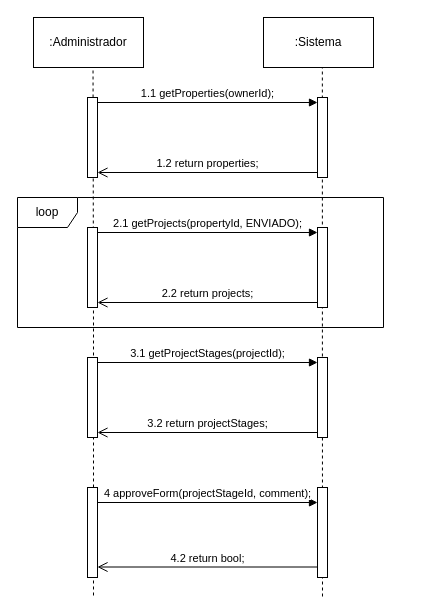
The draw.io diagram Trabalho final/5 - DSS/4 - Enviar feedback formulário.drawio in ViniciusKurek/CalculadoraAPS, before the edit. Source tidied: cells renumbered, new cells numbered last; positions are measured from the earlier drawing's top-left corner, leaving out a move shared by most shapes. Both pictures are drawn from the tidied source at 100%, with x=0, y=0 at pixel (17, 17).
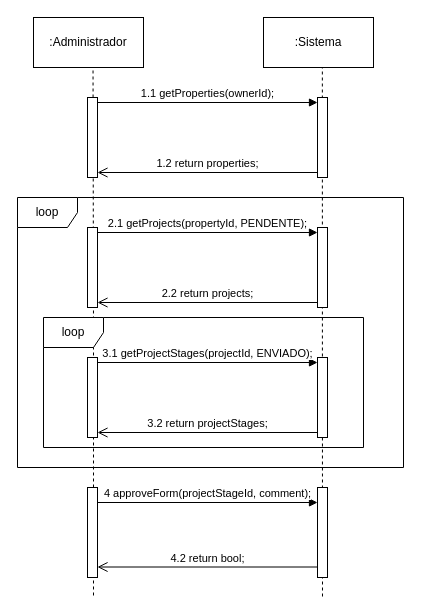
The same diagram, later.

The change refers to these unchanged cells:
```xml
<mxCell id="6" style="html=1;points=[[0,0,0,0,5],[0,1,0,0,-5],[1,0,0,0,5],[1,1,0,0,-5]];perimeter=orthogonalPerimeter;outlineConnect=0;targetShapes=umlLifeline;portConstraint=eastwest;newEdgeStyle={&quot;curved&quot;:0,&quot;rounded&quot;:0};" parent="1" vertex="1">
  <mxGeometry x="300" y="210" width="10" height="80" as="geometry" />
</mxCell>
<mxCell id="9" style="html=1;points=[[0,0,0,0,5],[0,1,0,0,-5],[1,0,0,0,5],[1,1,0,0,-5]];perimeter=orthogonalPerimeter;outlineConnect=0;targetShapes=umlLifeline;portConstraint=eastwest;newEdgeStyle={&quot;curved&quot;:0,&quot;rounded&quot;:0};" parent="1" vertex="1">
  <mxGeometry x="70" y="210" width="10" height="80" as="geometry" />
</mxCell>
<mxCell id="10" style="html=1;points=[[0,0,0,0,5],[0,1,0,0,-5],[1,0,0,0,5],[1,1,0,0,-5]];perimeter=orthogonalPerimeter;outlineConnect=0;targetShapes=umlLifeline;portConstraint=eastwest;newEdgeStyle={&quot;curved&quot;:0,&quot;rounded&quot;:0};" parent="1" vertex="1">
  <mxGeometry x="300" y="340" width="10" height="80" as="geometry" />
</mxCell>
<mxCell id="13" style="html=1;points=[[0,0,0,0,5],[0,1,0,0,-5],[1,0,0,0,5],[1,1,0,0,-5]];perimeter=orthogonalPerimeter;outlineConnect=0;targetShapes=umlLifeline;portConstraint=eastwest;newEdgeStyle={&quot;curved&quot;:0,&quot;rounded&quot;:0};" parent="1" vertex="1">
  <mxGeometry x="70" y="340" width="10" height="80" as="geometry" />
</mxCell>
```

Diff of the diagram source:
```diff
@@
-    <mxCell id="7" value="2.1 getProjects(propertyId, ENVIADO);" style="html=1;verticalAlign=bottom;endArrow=block;curved=0;rounded=0;entryX=0;entryY=0;entryDx=0;entryDy=5;exitX=1;exitY=0;exitDx=0;exitDy=5;exitPerimeter=0;" parent="1" edge="1" source="9" target="6">
+    <mxCell id="7" value="2.1 getProjects(propertyId, PENDENTE);" style="html=1;verticalAlign=bottom;endArrow=block;curved=0;rounded=0;entryX=0;entryY=0;entryDx=0;entryDy=5;exitX=1;exitY=0;exitDx=0;exitDy=5;exitPerimeter=0;" parent="1" edge="1" source="9" target="6">
       <mxGeometry relative="1" as="geometry" />
     </mxCell>
@@
-    <mxCell id="11" value="3.1 getProjectStages(projectId);" style="html=1;verticalAlign=bottom;endArrow=block;curved=0;rounded=0;entryX=0;entryY=0;entryDx=0;entryDy=5;exitX=1;exitY=0;exitDx=0;exitDy=5;exitPerimeter=0;" parent="1" edge="1" source="13" target="10">
+    <mxCell id="11" value="3.1 getProjectStages(projectId, ENVIADO);" style="html=1;verticalAlign=bottom;endArrow=block;curved=0;rounded=0;entryX=0;entryY=0;entryDx=0;entryDy=5;exitX=1;exitY=0;exitDx=0;exitDy=5;exitPerimeter=0;" parent="1" edge="1" source="13" target="10">
       <mxGeometry relative="1" as="geometry" />
     </mxCell>
@@
     <mxCell id="22" value="loop" style="shape=umlFrame;whiteSpace=wrap;html=1;" parent="1" vertex="1">
-      <mxGeometry y="180" width="366" height="130" as="geometry" />
+      <mxGeometry y="180" width="386" height="270" as="geometry" />
     </mxCell>
+    <mxCell id="23" value="loop" style="shape=umlFrame;whiteSpace=wrap;html=1;" parent="1" vertex="1">
+      <mxGeometry x="26" y="300" width="320" height="130" as="geometry" />
+    </mxCell>
```
